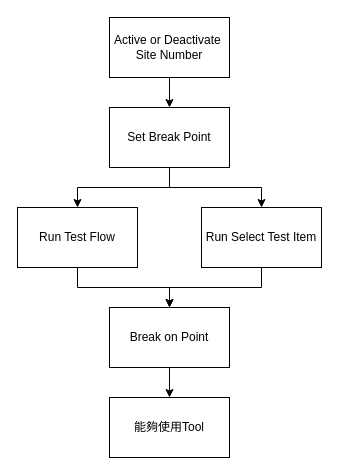
Above: page "Engineering Mode(2) - Run Flow" (7 of 9) of SG9KG5/Func Flow Charts.drawio in Jasson-Chou/Software-Projects (draw.io), before the change. Source tidied: cells renumbered, new cells numbered last; positions are measured from the earlier drawing's top-left corner, leaving out a move shared by most shapes. Both pictures are drawn from the tidied source at 100%, with x=0, y=0 at pixel (17, 17).
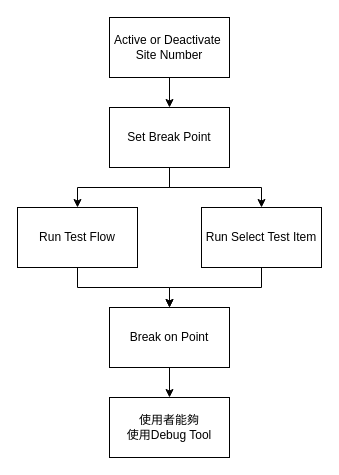
After the change.

Diff of the diagram source:
```diff
@@
 <mxGraphModel>
   <root>
     <mxCell id="0" />
     <mxCell id="1" parent="0" />
     <mxCell id="2" style="edgeStyle=orthogonalEdgeStyle;rounded=0;jettySize=auto;html=1;entryX=0.5;entryY=0;entryDx=0;entryDy=0;" parent="1" edge="1" source="3" target="10">
       <mxGeometry relative="1" as="geometry" />
     </mxCell>
     <mxCell id="3" value="Active or Deactivate&amp;nbsp;&lt;br&gt;Site Number" style="rounded=0;whiteSpace=wrap;html=1;" parent="1" vertex="1">
       <mxGeometry x="92" width="120" height="60" as="geometry" />
     </mxCell>
     <mxCell id="4" style="edgeStyle=orthogonalEdgeStyle;rounded=0;jettySize=auto;html=1;exitX=0.5;exitY=1;exitDx=0;exitDy=0;entryX=0.5;entryY=0;entryDx=0;entryDy=0;" parent="1" edge="1" source="5" target="12">
       <mxGeometry relative="1" as="geometry" />
     </mxCell>
     <mxCell id="5" value="Run Test Flow" style="rounded=0;whiteSpace=wrap;html=1;" parent="1" vertex="1">
       <mxGeometry y="190" width="120" height="60" as="geometry" />
     </mxCell>
     <mxCell id="6" style="edgeStyle=orthogonalEdgeStyle;rounded=0;jettySize=auto;html=1;" parent="1" edge="1" source="7" target="12">
       <mxGeometry relative="1" as="geometry" />
     </mxCell>
     <mxCell id="7" value="Run Select Test Item" style="rounded=0;whiteSpace=wrap;html=1;" parent="1" vertex="1">
       <mxGeometry x="184" y="190" width="120" height="60" as="geometry" />
     </mxCell>
     <mxCell id="8" style="edgeStyle=orthogonalEdgeStyle;rounded=0;jettySize=auto;html=1;entryX=0.5;entryY=0;entryDx=0;entryDy=0;" parent="1" edge="1" source="10" target="5">
       <mxGeometry relative="1" as="geometry" />
     </mxCell>
     <mxCell id="9" style="edgeStyle=orthogonalEdgeStyle;rounded=0;jettySize=auto;html=1;entryX=0.5;entryY=0;entryDx=0;entryDy=0;" parent="1" edge="1" source="10" target="7">
       <mxGeometry relative="1" as="geometry" />
     </mxCell>
     <mxCell id="10" value="Set Break Point" style="rounded=0;whiteSpace=wrap;html=1;" parent="1" vertex="1">
       <mxGeometry x="92" y="90" width="120" height="60" as="geometry" />
     </mxCell>
     <mxCell id="11" style="edgeStyle=orthogonalEdgeStyle;rounded=0;jettySize=auto;html=1;entryX=0.5;entryY=0;entryDx=0;entryDy=0;" parent="1" edge="1" source="12" target="13">
       <mxGeometry relative="1" as="geometry" />
     </mxCell>
     <mxCell id="12" value="Break on Point" style="rounded=0;whiteSpace=wrap;html=1;" parent="1" vertex="1">
       <mxGeometry x="92" y="290" width="120" height="60" as="geometry" />
     </mxCell>
-    <mxCell id="13" value="能夠使用Tool" style="rounded=0;whiteSpace=wrap;html=1;" parent="1" vertex="1">
+    <mxCell id="13" value="使用者能夠&lt;br&gt;使用Debug Tool" style="rounded=0;whiteSpace=wrap;html=1;" parent="1" vertex="1">
       <mxGeometry x="92" y="380" width="120" height="60" as="geometry" />
     </mxCell>
   </root>
 </mxGraphModel>
```
